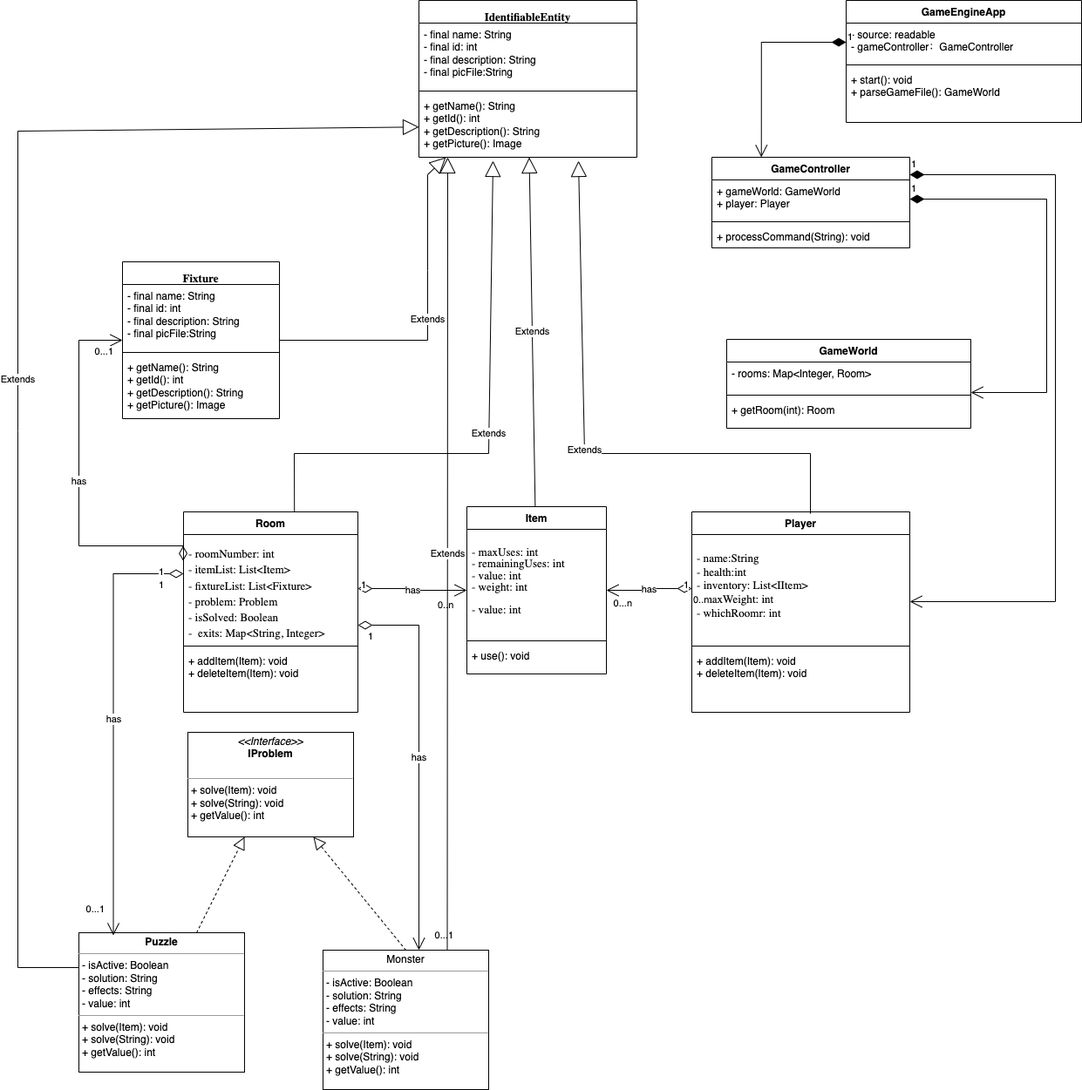
This is docs/hw7_class.png from thomaszhang2661/RoomRunner, a draw.io export, as it was before one commit. Source tidied: cells renumbered, new cells last; positions are measured from the earlier drawing's top-left corner, leaving out a move shared by most shapes.
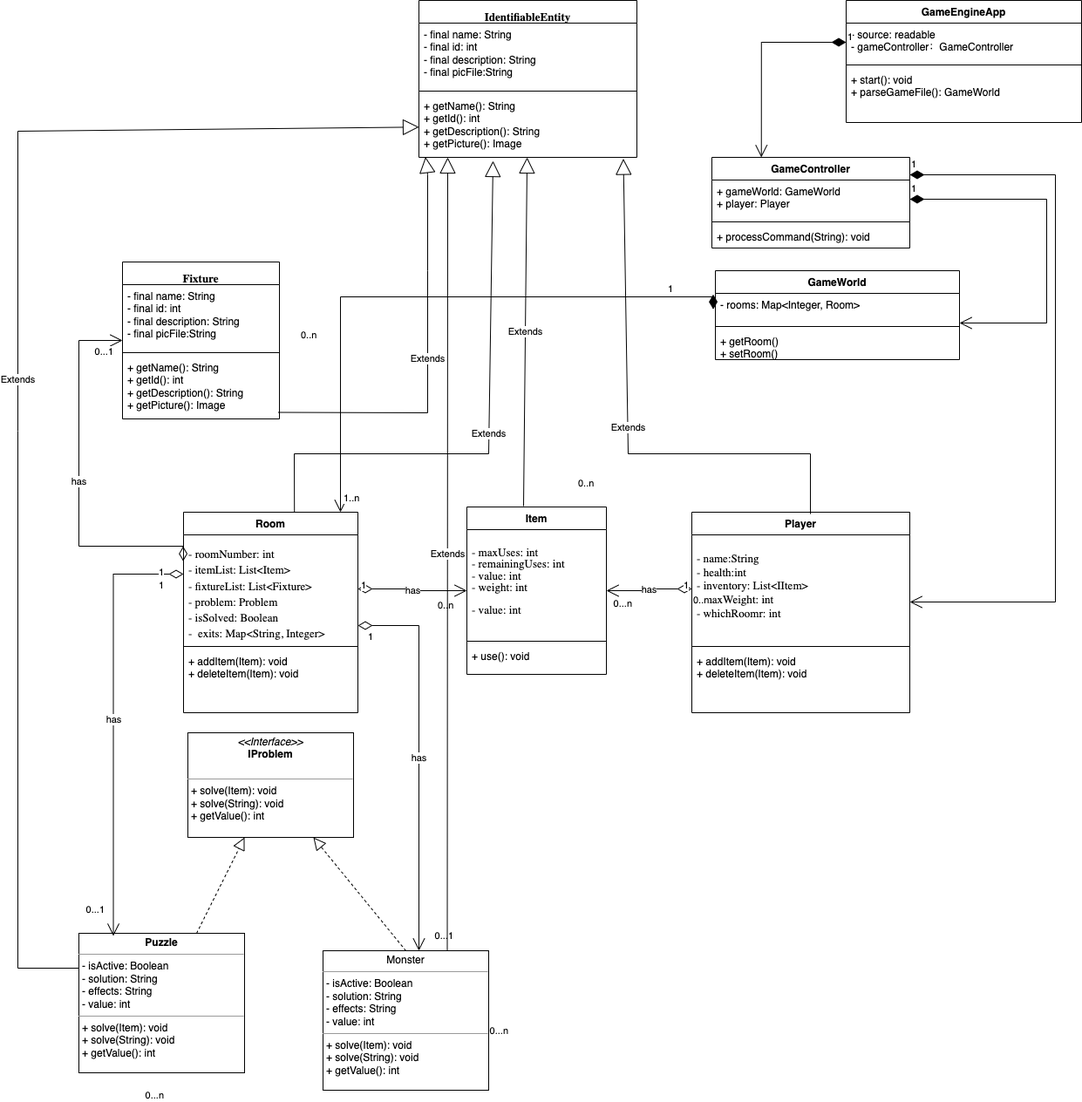
Above is the later version.

Commit message:
update class uml

Diff of the diagram source:
```diff
@@ -102,8 +102,10 @@
     <mxCell id="33" value="+ getName(): String&lt;br&gt;+ getId(): int&lt;br&gt;+ getDescription(): String&lt;br&gt;+ getPicture():&amp;nbsp;Image" style="text;strokeColor=none;fillColor=none;align=left;verticalAlign=top;spacingLeft=4;spacingRight=4;overflow=hidden;points=[[0,0.5],[1,0.5]];portConstraint=eastwest;whiteSpace=wrap;html=1;" parent="30" vertex="1">
       <mxGeometry y="108" width="250" height="72" as="geometry" />
     </mxCell>
-    <mxCell id="34" value="Extends" style="endArrow=block;endSize=16;endFill=0;html=1;rounded=0;" parent="1" edge="1" source="15" target="30">
-      <mxGeometry relative="1" as="geometry" />
+    <mxCell id="34" value="Extends" style="endArrow=block;endSize=16;endFill=0;html=1;rounded=0;" parent="1" edge="1" target="30">
+      <mxGeometry relative="1" as="geometry">
+        <mxPoint x="580" y="580" as="sourcePoint" />
+      </mxGeometry>
     </mxCell>
     <mxCell id="35" value="Extends" style="endArrow=block;endSize=16;endFill=0;html=1;rounded=0;exitX=0.636;exitY=0;exitDx=0;exitDy=0;exitPerimeter=0;entryX=0.34;entryY=1.056;entryDx=0;entryDy=0;entryPerimeter=0;" parent="1" edge="1" source="23" target="33">
       <mxGeometry relative="1" as="geometry">
@@ -113,11 +115,11 @@
         </Array>
       </mxGeometry>
     </mxCell>
-    <mxCell id="36" value="Extends" style="endArrow=block;endSize=16;endFill=0;html=1;rounded=0;exitX=0.544;exitY=0.009;exitDx=0;exitDy=0;exitPerimeter=0;entryX=0.732;entryY=1.056;entryDx=0;entryDy=0;entryPerimeter=0;" parent="1" edge="1" source="11" target="33">
+    <mxCell id="36" value="Extends" style="endArrow=block;endSize=16;endFill=0;html=1;rounded=0;exitX=0.544;exitY=0.009;exitDx=0;exitDy=0;exitPerimeter=0;entryX=0.938;entryY=1.021;entryDx=0;entryDy=0;entryPerimeter=0;" parent="1" edge="1" source="11" target="33">
       <mxGeometry relative="1" as="geometry">
         <Array as="points">
           <mxPoint x="909" y="520" />
-          <mxPoint x="650" y="520" />
+          <mxPoint x="700" y="520" />
         </Array>
       </mxGeometry>
     </mxCell>
@@ -171,22 +173,22 @@
       </mxGeometry>
     </mxCell>
     <mxCell id="48" value="GameWorld" style="swimlane;fontStyle=1;align=center;verticalAlign=top;horizontal=1;startSize=26;whiteSpace=wrap;html=1;" parent="1" vertex="1">
-      <mxGeometry x="813" y="389" width="280" height="102" as="geometry" />
+      <mxGeometry x="800" y="310" width="280" height="102" as="geometry" />
     </mxCell>
-    <mxCell id="49" value="- rooms: Map&amp;lt;Integer, Room&amp;gt;&amp;nbsp;" style="text;strokeColor=none;fillColor=none;align=left;verticalAlign=top;spacingLeft=4;spacingRight=4;overflow=hidden;points=[[0,0.5],[1,0.5]];portConstraint=eastwest;whiteSpace=wrap;html=1;" parent="48" vertex="1">
+    <mxCell id="49" value="- rooms: Map&amp;lt;Integer, Room&amp;gt;&amp;nbsp;&lt;br&gt;" style="text;strokeColor=none;fillColor=none;align=left;verticalAlign=top;spacingLeft=4;spacingRight=4;overflow=hidden;points=[[0,0.5],[1,0.5]];portConstraint=eastwest;whiteSpace=wrap;html=1;" parent="48" vertex="1">
       <mxGeometry y="26" width="280" height="34" as="geometry" />
     </mxCell>
     <mxCell id="50" style="line;strokeWidth=1;fillColor=none;align=left;verticalAlign=middle;spacingTop=-1;spacingLeft=3;spacingRight=3;labelPosition=right;strokeColor=inherit;" parent="48" vertex="1">
       <mxGeometry y="60" width="280" height="8" as="geometry" />
     </mxCell>
-    <mxCell id="51" value="+ getRoom(int): Room" style="text;strokeColor=none;fillColor=none;align=left;verticalAlign=top;spacingLeft=4;spacingRight=4;overflow=hidden;whiteSpace=wrap;html=1;" parent="48" vertex="1">
+    <mxCell id="51" value="+ getRoom()&lt;br&gt;+ setRoom()" style="text;strokeColor=none;fillColor=none;align=left;verticalAlign=top;spacingLeft=4;spacingRight=4;overflow=hidden;whiteSpace=wrap;html=1;" parent="48" vertex="1">
       <mxGeometry y="68" width="280" height="34" as="geometry" />
     </mxCell>
     <mxCell id="52" value="1" style="endArrow=open;html=1;endSize=12;startArrow=diamondThin;startSize=14;startFill=1;edgeStyle=orthogonalEdgeStyle;align=left;verticalAlign=bottom;rounded=0;exitX=1;exitY=0.5;exitDx=0;exitDy=0;" parent="1" edge="1" source="7" target="48">
       <mxGeometry x="-1" y="3" relative="1" as="geometry">
         <Array as="points">
           <mxPoint x="1180" y="228" />
-          <mxPoint x="1180" y="450" />
+          <mxPoint x="1180" y="370" />
         </Array>
       </mxGeometry>
     </mxCell>
@@ -198,10 +200,10 @@
         </Array>
       </mxGeometry>
     </mxCell>
-    <mxCell id="54" value="Extends" style="endArrow=block;endSize=16;endFill=0;html=1;rounded=0;" parent="1" edge="1" source="55" target="30">
+    <mxCell id="54" value="Extends" style="endArrow=block;endSize=16;endFill=0;html=1;rounded=0;entryX=0.03;entryY=0.993;entryDx=0;entryDy=0;entryPerimeter=0;exitX=0.992;exitY=0.896;exitDx=0;exitDy=0;exitPerimeter=0;" parent="1" edge="1" source="58" target="33">
       <mxGeometry relative="1" as="geometry">
         <Array as="points">
-          <mxPoint x="470" y="390" />
+          <mxPoint x="470" y="473" />
           <mxPoint x="470" y="310" />
           <mxPoint x="470" y="200" />
         </Array>
@@ -251,5 +253,37 @@
         </Array>
       </mxGeometry>
     </mxCell>
+    <mxCell id="64" value="0..n" style="edgeLabel;html=1;align=left;verticalAlign=top;" parent="1" vertex="1">
+      <mxGeometry x="640" y="550" as="geometry">
+        <mxPoint x="1" y="-9" as="offset" />
+      </mxGeometry>
+    </mxCell>
+    <mxCell id="65" value="1" style="endArrow=open;html=1;endSize=12;startArrow=diamondThin;startSize=14;startFill=1;edgeStyle=orthogonalEdgeStyle;align=left;verticalAlign=bottom;rounded=0;exitX=-0.009;exitY=0.037;exitDx=0;exitDy=0;exitPerimeter=0;" parent="1" edge="1" source="49" target="23">
+      <mxGeometry x="-0.83" relative="1" as="geometry">
+        <Array as="points">
+          <mxPoint x="370" y="340" />
+        </Array>
+      </mxGeometry>
+    </mxCell>
+    <mxCell id="66" value="1..n" style="edgeLabel;html=1;align=left;verticalAlign=top;" parent="1" vertex="1">
+      <mxGeometry x="650" y="560" as="geometry">
+        <mxPoint x="-278" y="-2" as="offset" />
+      </mxGeometry>
+    </mxCell>
+    <mxCell id="67" value="0..n" style="edgeLabel;html=1;align=left;verticalAlign=top;" parent="1" vertex="1">
+      <mxGeometry x="650" y="560" as="geometry">
+        <mxPoint x="-327" y="-189" as="offset" />
+      </mxGeometry>
+    </mxCell>
+    <mxCell id="68" value="0...n" style="edgeLabel;html=1;align=right;verticalAlign=top;" parent="1" vertex="1">
+      <mxGeometry x="715" y="689" as="geometry">
+        <mxPoint x="-152" y="480" as="offset" />
+      </mxGeometry>
+    </mxCell>
+    <mxCell id="69" value="0...n" style="edgeLabel;html=1;align=right;verticalAlign=top;" parent="1" vertex="1">
+      <mxGeometry x="715" y="689" as="geometry">
+        <mxPoint x="-547" y="554" as="offset" />
+      </mxGeometry>
+    </mxCell>
   </root>
 </mxGraphModel>
```
